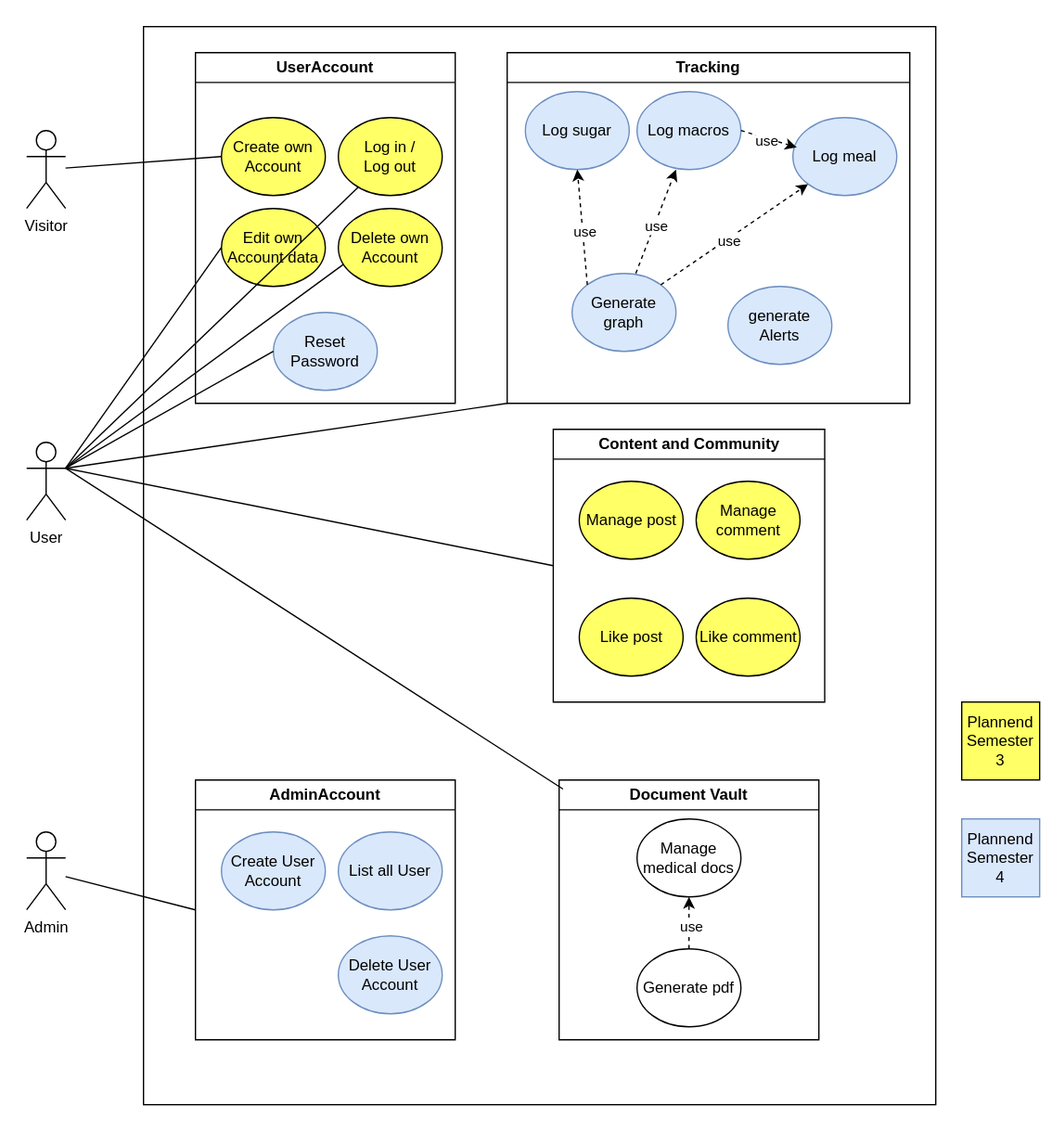
Above: docs/UCD2.drawio.svg in millisom/GluGuide (draw.io), before the change. Source tidied: cells renumbered, new cells last; positions are measured from the earlier drawing's top-left corner, leaving out a move shared by most shapes.
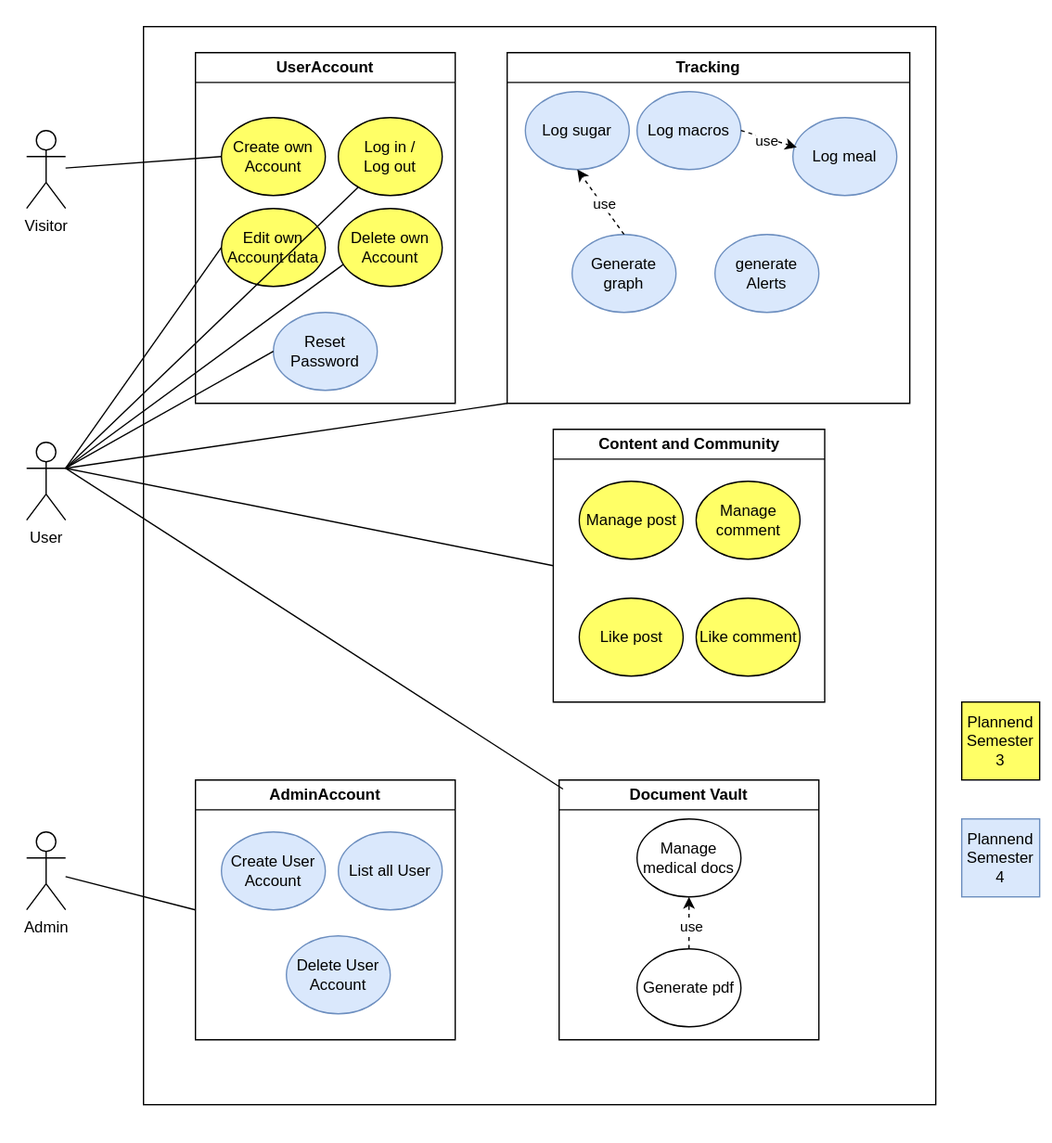
After the commit.

The edit, as a diff of the source:
```diff
@@ -30,7 +30,7 @@
       <mxGeometry x="60" y="200" width="80" height="60" as="geometry" />
     </mxCell>
     <mxCell id="11" value="Generate graph" style="ellipse;whiteSpace=wrap;html=1;fillColor=#dae8fc;strokeColor=#6c8ebf;" parent="3" vertex="1">
-      <mxGeometry x="290" y="170" width="80" height="60" as="geometry" />
+      <mxGeometry x="290" y="140" width="80" height="60" as="geometry" />
     </mxCell>
     <mxCell id="12" value="Log meal" style="ellipse;whiteSpace=wrap;html=1;fillColor=#dae8fc;strokeColor=#6c8ebf;" parent="3" vertex="1">
       <mxGeometry x="460" y="50" width="80" height="60" as="geometry" />
@@ -38,7 +38,7 @@
     <mxCell id="13" value="Log sugar" style="ellipse;whiteSpace=wrap;html=1;fillColor=#dae8fc;strokeColor=#6c8ebf;" parent="3" vertex="1">
       <mxGeometry x="254" y="30" width="80" height="60" as="geometry" />
     </mxCell>
-    <mxCell id="14" style="endArrow=classic;html=1;rounded=0;dashed=1;exitX=0;exitY=0;exitDx=0;exitDy=0;entryX=0.5;entryY=1;entryDx=0;entryDy=0;" parent="3" edge="1" source="11" target="13">
+    <mxCell id="14" style="endArrow=classic;html=1;rounded=0;dashed=1;exitX=0.5;exitY=0;exitDx=0;exitDy=0;entryX=0.5;entryY=1;entryDx=0;entryDy=0;" parent="3" edge="1" source="11" target="13">
       <mxGeometry relative="1" as="geometry" />
     </mxCell>
     <mxCell id="15" value="use" style="edgeLabel;html=1;align=center;verticalAlign=middle;" parent="14" vertex="1">
@@ -65,33 +65,27 @@
     <mxCell id="22" value="AdminAccount" style="swimlane;whiteSpace=wrap;html=1;" parent="3" vertex="1">
       <mxGeometry y="560" width="200" height="200" as="geometry" />
     </mxCell>
-    <mxCell id="23" value="Delete User Account" style="ellipse;whiteSpace=wrap;html=1;fillColor=#dae8fc;strokeColor=#6c8ebf;" parent="22" vertex="1">
-      <mxGeometry x="110" y="120" width="80" height="60" as="geometry" />
-    </mxCell>
     <mxCell id="24" value="Create User Account" style="ellipse;whiteSpace=wrap;html=1;fillColor=#dae8fc;strokeColor=#6c8ebf;" parent="22" vertex="1">
       <mxGeometry x="20" y="40" width="80" height="60" as="geometry" />
     </mxCell>
     <mxCell id="25" value="List all User" style="ellipse;whiteSpace=wrap;html=1;fillColor=#dae8fc;strokeColor=#6c8ebf;" parent="22" vertex="1">
       <mxGeometry x="110" y="40" width="80" height="60" as="geometry" />
     </mxCell>
-    <mxCell id="26" style="endArrow=classic;html=1;rounded=0;dashed=1;exitX=1;exitY=0;exitDx=0;exitDy=0;entryX=0;entryY=1;entryDx=0;entryDy=0;" parent="3" edge="1" source="11" target="12">
-      <mxGeometry relative="1" as="geometry" />
-    </mxCell>
-    <mxCell id="27" value="use" style="edgeLabel;html=1;align=center;verticalAlign=middle;" parent="26" vertex="1">
-      <mxGeometry x="-0.09" y="-1" relative="1" as="geometry" />
-    </mxCell>
     <mxCell id="28" style="endArrow=classic;html=1;rounded=0;dashed=1;exitX=1;exitY=0.5;exitDx=0;exitDy=0;entryX=0.038;entryY=0.383;entryDx=0;entryDy=0;entryPerimeter=0;" parent="3" edge="1" source="16" target="12">
       <mxGeometry relative="1" as="geometry" />
     </mxCell>
     <mxCell id="29" value="use" style="edgeLabel;html=1;align=center;verticalAlign=middle;" parent="28" vertex="1">
       <mxGeometry x="-0.09" y="-1" relative="1" as="geometry" />
     </mxCell>
+    <mxCell id="31" value="generate Alerts" style="ellipse;whiteSpace=wrap;html=1;fillColor=#dae8fc;strokeColor=#6c8ebf;" parent="3" vertex="1">
+      <mxGeometry x="400" y="140" width="80" height="60" as="geometry" />
+    </mxCell>
+    <mxCell id="23" value="Delete User Account" style="ellipse;whiteSpace=wrap;html=1;fillColor=#dae8fc;strokeColor=#6c8ebf;" parent="3" vertex="1">
+      <mxGeometry x="70" y="680" width="80" height="60" as="geometry" />
+    </mxCell>
     <mxCell id="30" value="Tracking" style="swimlane;whiteSpace=wrap;html=1;" parent="1" vertex="1">
       <mxGeometry x="390" y="40" width="310" height="270" as="geometry" />
     </mxCell>
-    <mxCell id="31" value="generate Alerts" style="ellipse;whiteSpace=wrap;html=1;fillColor=#dae8fc;strokeColor=#6c8ebf;" parent="30" vertex="1">
-      <mxGeometry x="170" y="180" width="80" height="60" as="geometry" />
-    </mxCell>
     <mxCell id="32" value="Document Vault" style="swimlane;whiteSpace=wrap;html=1;" parent="1" vertex="1">
       <mxGeometry x="430" y="600" width="200" height="200" as="geometry" />
     </mxCell>
@@ -139,14 +133,6 @@
         <mxPoint x="50" y="360" as="targetPoint" />
       </mxGeometry>
     </mxCell>
-    <mxCell id="45" style="endArrow=classic;html=1;rounded=0;dashed=1;exitX=0.613;exitY=0;exitDx=0;exitDy=0;exitPerimeter=0;" parent="1" edge="1" source="11">
-      <mxGeometry relative="1" as="geometry">
-        <mxPoint x="520" y="130" as="targetPoint" />
-      </mxGeometry>
-    </mxCell>
-    <mxCell id="46" value="use" style="edgeLabel;html=1;align=center;verticalAlign=middle;" parent="45" vertex="1">
-      <mxGeometry x="-0.09" y="-1" relative="1" as="geometry" />
-    </mxCell>
     <mxCell id="47" value="Plannend&lt;br&gt;Semester 3" style="rounded=0;whiteSpace=wrap;html=1;fillColor=#FFFF66;" parent="1" vertex="1">
       <mxGeometry x="740" y="540" width="60" height="60" as="geometry" />
     </mxCell>
```
